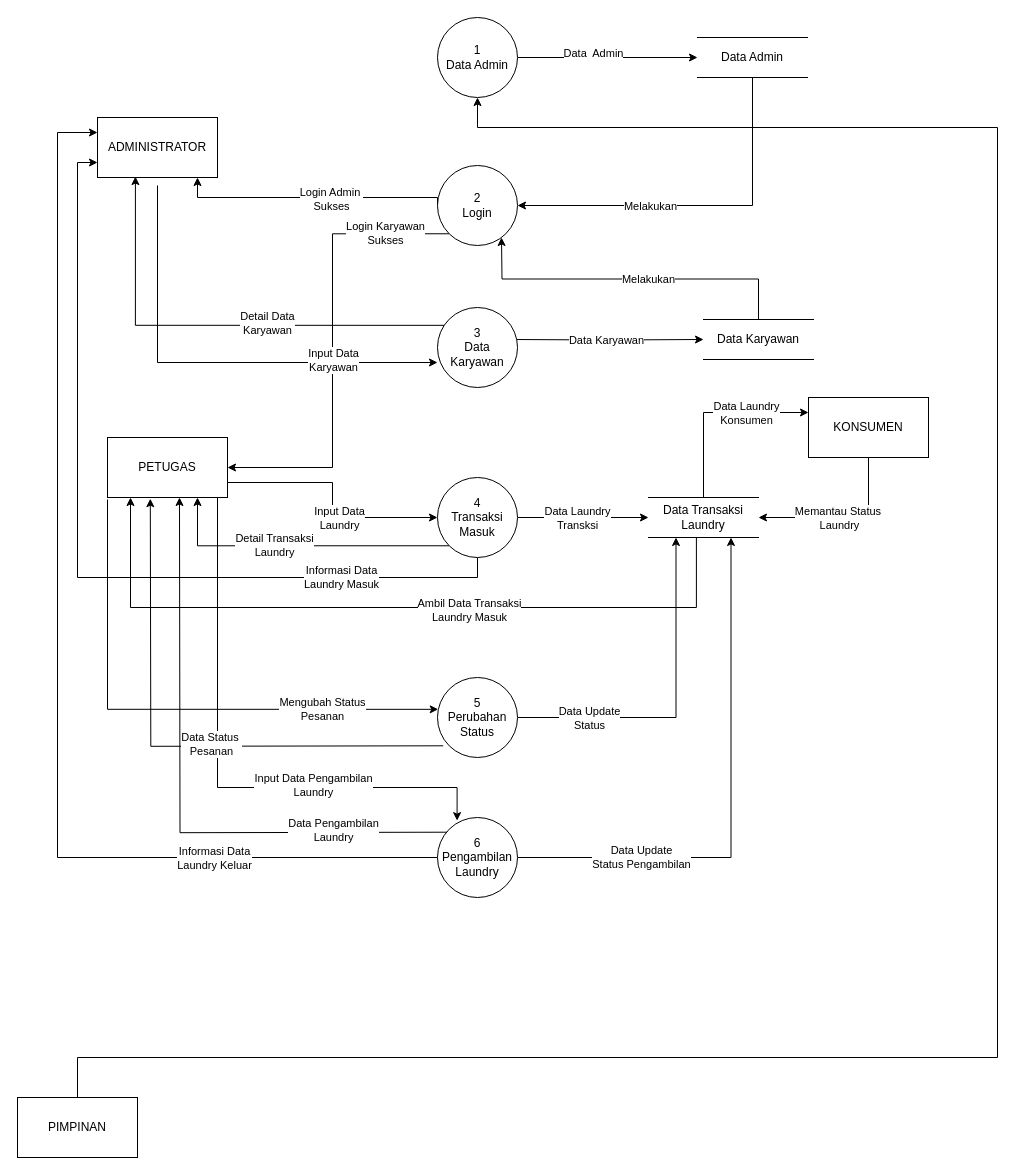
Before: page "Page-6" (6 of 6) of Desain Ujikom.drawio in alditasptnsr/ujikom_aldita, a draw.io diagram. Source tidied: cells renumbered, new cells numbered last; positions are measured from the earlier drawing's top-left corner, leaving out a move shared by most shapes. Both pictures are drawn from the tidied source at 100%, with x=0, y=0 at pixel (17, 17).
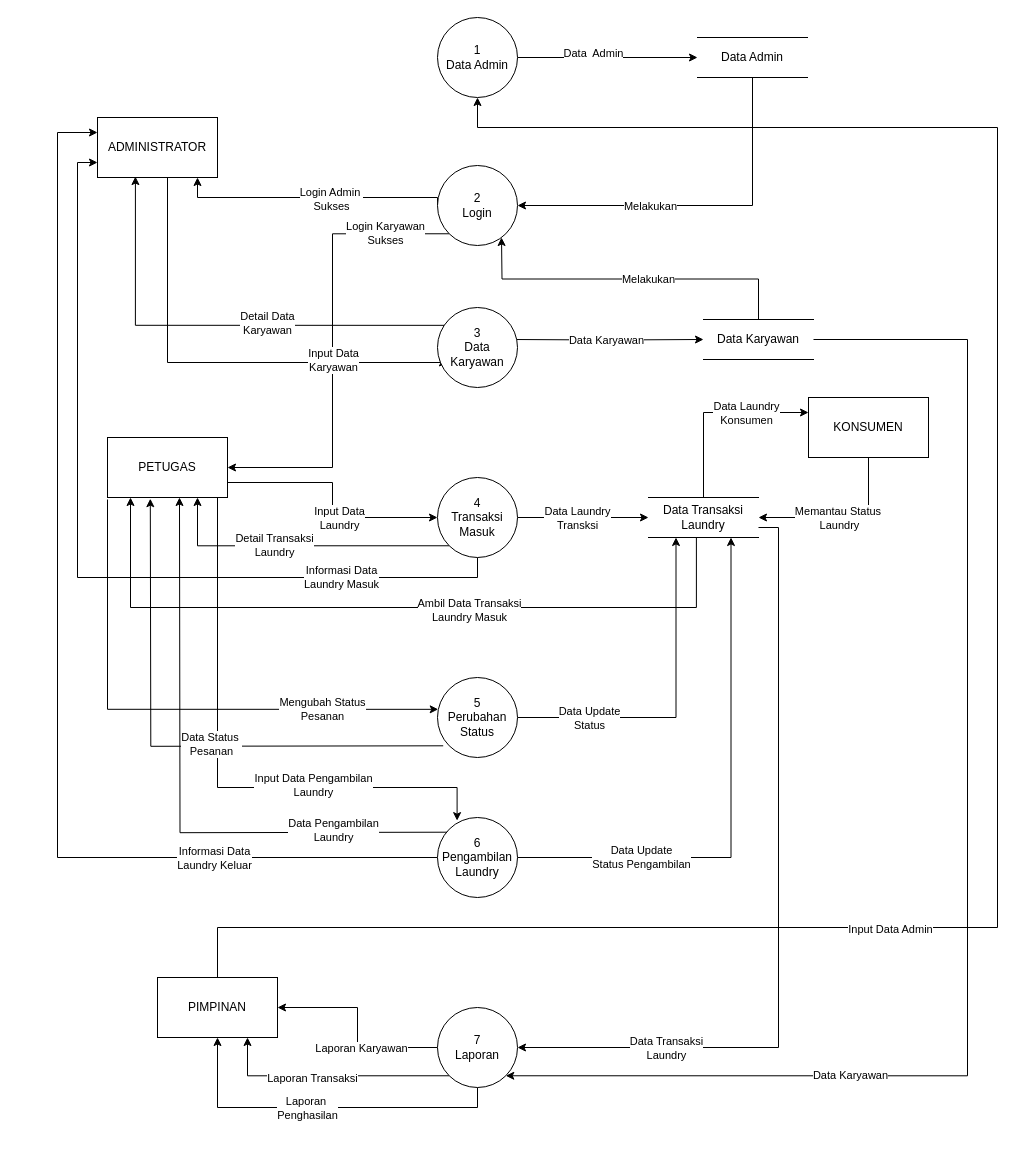
Above is the later version.

Unchanged cells that the change refers to:
```xml
<mxCell id="18" value="1&lt;br&gt;Data Admin" style="ellipse;whiteSpace=wrap;html=1;" parent="1" vertex="1">
  <mxGeometry x="420" width="80" height="80" as="geometry" />
</mxCell>
<mxCell id="30" value="Data Karyawan" style="shape=partialRectangle;whiteSpace=wrap;html=1;left=0;right=0;fillColor=none;" parent="1" vertex="1">
  <mxGeometry x="686" y="302" width="110" height="40" as="geometry" />
</mxCell>
<mxCell id="40" value="Data Transaksi&lt;br&gt;Laundry" style="shape=partialRectangle;whiteSpace=wrap;html=1;left=0;right=0;fillColor=none;" parent="1" vertex="1">
  <mxGeometry x="631" y="480" width="110" height="40" as="geometry" />
</mxCell>
```

Diff of the diagram source:
```diff
@@
     <mxCell id="2" style="edgeStyle=orthogonalEdgeStyle;rounded=0;orthogonalLoop=1;jettySize=auto;html=1;entryX=0;entryY=0.5;entryDx=0;entryDy=0;exitX=0.5;exitY=1;exitDx=0;exitDy=0;" parent="1" edge="1">
       <mxGeometry relative="1" as="geometry">
-        <mxPoint x="140" y="168" as="sourcePoint" />
-        <mxPoint x="420" y="345" as="targetPoint" />
+        <mxPoint x="150" y="160" as="sourcePoint" />
+        <mxPoint x="430" y="345" as="targetPoint" />
         <Array as="points">
-          <mxPoint x="140" y="345" />
+          <mxPoint x="150" y="345" />
         </Array>
       </mxGeometry>
     </mxCell>
@@
     <mxCell id="11" style="edgeStyle=orthogonalEdgeStyle;rounded=0;jettySize=auto;html=1;exitX=0.5;exitY=0;exitDx=0;exitDy=0;entryX=0.5;entryY=1;entryDx=0;entryDy=0;" parent="1" edge="1" source="12" target="18">
       <mxGeometry relative="1" as="geometry">
         <Array as="points">
-          <mxPoint x="60" y="1040" />
-          <mxPoint x="980" y="1040" />
+          <mxPoint x="200" y="910" />
+          <mxPoint x="980" y="910" />
           <mxPoint x="980" y="110" />
           <mxPoint x="460" y="110" />
         </Array>
       </mxGeometry>
     </mxCell>
+    <mxCell id="60" value="Input Data Admin" style="edgeLabel;html=1;align=center;verticalAlign=middle;" parent="11" vertex="1">
+      <mxGeometry x="-0.47" y="-1" relative="1" as="geometry">
+        <mxPoint x="144" as="offset" />
+      </mxGeometry>
+    </mxCell>
     <mxCell id="12" value="PIMPINAN" style="rounded=0;whiteSpace=wrap;html=1;" parent="1" vertex="1">
-      <mxGeometry y="1080" width="120" height="60" as="geometry" />
+      <mxGeometry x="140" y="960" width="120" height="60" as="geometry" />
     </mxCell>
@@
+    <mxCell id="61" style="edgeStyle=orthogonalEdgeStyle;rounded=0;jettySize=auto;html=1;exitX=1;exitY=0.75;exitDx=0;exitDy=0;entryX=1;entryY=0.5;entryDx=0;entryDy=0;" parent="1" edge="1" source="40" target="71">
+      <mxGeometry relative="1" as="geometry" />
+    </mxCell>
+    <mxCell id="62" value="Data Transaksi&lt;br&gt;Laundry" style="edgeLabel;html=1;align=center;verticalAlign=middle;" parent="61" vertex="1">
+      <mxGeometry x="0.63" relative="1" as="geometry" />
+    </mxCell>
@@
+    <mxCell id="63" style="edgeStyle=orthogonalEdgeStyle;rounded=0;jettySize=auto;html=1;exitX=0;exitY=0.5;exitDx=0;exitDy=0;entryX=1;entryY=0.5;entryDx=0;entryDy=0;" parent="1" edge="1" source="71" target="12">
+      <mxGeometry relative="1" as="geometry" />
+    </mxCell>
+    <mxCell id="64" value="Laporan Karyawan" style="edgeLabel;html=1;align=center;verticalAlign=middle;" parent="63" vertex="1">
+      <mxGeometry x="-0.23" relative="1" as="geometry" />
+    </mxCell>
+    <mxCell id="65" style="edgeStyle=orthogonalEdgeStyle;rounded=0;jettySize=auto;html=1;exitX=1;exitY=1;exitDx=0;exitDy=0;entryX=1;entryY=0.5;entryDx=0;entryDy=0;endArrow=none;endFill=0;startArrow=classic;startFill=1;" parent="1" edge="1" source="71" target="30">
+      <mxGeometry relative="1" as="geometry">
+        <Array as="points">
+          <mxPoint x="950" y="1058" />
+          <mxPoint x="950" y="322" />
+        </Array>
+      </mxGeometry>
+    </mxCell>
+    <mxCell id="66" value="Data Karyawan" style="edgeLabel;html=1;align=center;verticalAlign=middle;" parent="65" vertex="1">
+      <mxGeometry x="-0.49" y="1" relative="1" as="geometry">
+        <mxPoint x="-1" as="offset" />
+      </mxGeometry>
+    </mxCell>
+    <mxCell id="67" style="edgeStyle=orthogonalEdgeStyle;rounded=0;jettySize=auto;html=1;exitX=0;exitY=1;exitDx=0;exitDy=0;entryX=0.75;entryY=1;entryDx=0;entryDy=0;" parent="1" edge="1" source="71" target="12">
+      <mxGeometry relative="1" as="geometry" />
+    </mxCell>
+    <mxCell id="68" value="Laporan Transaksi" style="edgeLabel;html=1;align=center;verticalAlign=middle;" parent="67" vertex="1">
+      <mxGeometry x="0.15" y="2" relative="1" as="geometry">
+        <mxPoint x="1" as="offset" />
+      </mxGeometry>
+    </mxCell>
+    <mxCell id="69" style="edgeStyle=orthogonalEdgeStyle;rounded=0;jettySize=auto;html=1;entryX=0.5;entryY=1;entryDx=0;entryDy=0;exitX=0.5;exitY=1;exitDx=0;exitDy=0;" parent="1" edge="1" source="71" target="12">
+      <mxGeometry relative="1" as="geometry" />
+    </mxCell>
+    <mxCell id="70" value="Laporan&amp;nbsp;&lt;br&gt;Penghasilan" style="edgeLabel;html=1;align=center;verticalAlign=middle;" parent="69" vertex="1">
+      <mxGeometry x="0.09" relative="1" as="geometry" />
+    </mxCell>
+    <mxCell id="71" value="7&lt;br&gt;Laporan" style="ellipse;whiteSpace=wrap;html=1;" parent="1" vertex="1">
+      <mxGeometry x="420" y="990" width="80" height="80" as="geometry" />
+    </mxCell>
```
